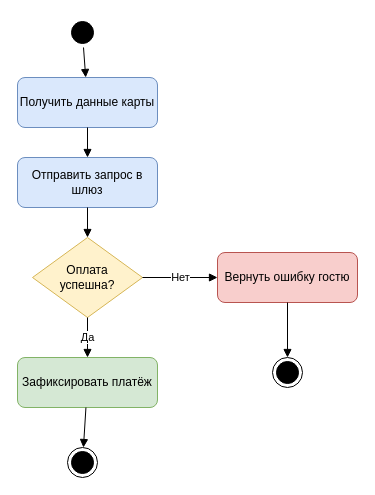
Above: lab1/diagrams/activity.drawio in senkelyv24-create/visual-programming-labs-Senkel (draw.io), before the change. Source tidied: cells renumbered, new cells numbered last; positions are measured from the earlier drawing's top-left corner, leaving out a move shared by most shapes. Both pictures are drawn from the tidied source at 100%, with x=0, y=0 at pixel (17, 17).
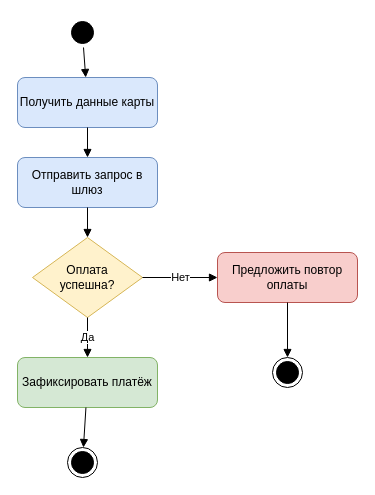
Above is the later version.

Commit message (it also covers changes not shown here):
Update Activity and Mermaid diagrams for diff demo

Change to the diagram source:
```diff
@@
 <mxGraphModel>
   <root>
     <mxCell id="0" />
     <mxCell id="1" parent="0" />
     <mxCell id="2" style="ellipse;html=1;shape=startState;fillColor=#000000;strokeColor=#000000;" parent="1" vertex="1">
       <mxGeometry x="50" width="30" height="30" as="geometry" />
     </mxCell>
     <mxCell id="3" value="Получить данные карты" style="rounded=1;whiteSpace=wrap;html=1;fillColor=#dae8fc;strokeColor=#6c8ebf;" parent="1" vertex="1">
       <mxGeometry y="60" width="140" height="50" as="geometry" />
     </mxCell>
     <mxCell id="4" value="Отправить запрос в шлюз" style="rounded=1;whiteSpace=wrap;html=1;fillColor=#dae8fc;strokeColor=#6c8ebf;" parent="1" vertex="1">
       <mxGeometry y="140" width="140" height="50" as="geometry" />
     </mxCell>
     <mxCell id="5" value="Оплата&#10;успешна?" style="rhombus;whiteSpace=wrap;html=1;fillColor=#fff2cc;strokeColor=#d6b656;" parent="1" vertex="1">
       <mxGeometry x="15" y="220" width="110" height="80" as="geometry" />
     </mxCell>
     <mxCell id="6" value="Зафиксировать платёж" style="rounded=1;whiteSpace=wrap;html=1;fillColor=#d5e8d4;strokeColor=#82b366;" parent="1" vertex="1">
       <mxGeometry y="340" width="140" height="50" as="geometry" />
     </mxCell>
-    <mxCell id="7" value="Вернуть ошибку гостю" style="rounded=1;whiteSpace=wrap;html=1;fillColor=#f8cecc;strokeColor=#b85450;" parent="1" vertex="1">
+    <mxCell id="7" value="Предложить повтор оплаты" style="rounded=1;whiteSpace=wrap;html=1;fillColor=#f8cecc;strokeColor=#b85450;" parent="1" vertex="1">
       <mxGeometry x="200" y="235" width="140" height="50" as="geometry" />
     </mxCell>
     <mxCell id="8" style="ellipse;html=1;shape=endState;fillColor=#000000;strokeColor=#000000;" parent="1" vertex="1">
       <mxGeometry x="50" y="430" width="30" height="30" as="geometry" />
     </mxCell>
     <mxCell id="9" style="ellipse;html=1;shape=endState;fillColor=#000000;strokeColor=#000000;" parent="1" vertex="1">
       <mxGeometry x="255" y="340" width="30" height="30" as="geometry" />
     </mxCell>
     <mxCell id="10" style="endArrow=block;html=1;rounded=0;" parent="1" edge="1" source="2" target="3">
       <mxGeometry relative="1" as="geometry" />
     </mxCell>
     <mxCell id="11" style="endArrow=block;html=1;rounded=0;" parent="1" edge="1" source="3" target="4">
       <mxGeometry relative="1" as="geometry" />
     </mxCell>
     <mxCell id="12" style="endArrow=block;html=1;rounded=0;" parent="1" edge="1" source="4" target="5">
       <mxGeometry relative="1" as="geometry" />
     </mxCell>
     <mxCell id="13" value="Да" style="endArrow=block;html=1;rounded=0;" parent="1" edge="1" source="5" target="6">
       <mxGeometry relative="1" as="geometry" />
     </mxCell>
     <mxCell id="14" value="Нет" style="endArrow=block;html=1;rounded=0;" parent="1" edge="1" source="5" target="7">
       <mxGeometry relative="1" as="geometry" />
     </mxCell>
     <mxCell id="15" style="endArrow=block;html=1;rounded=0;" parent="1" edge="1" source="6" target="8">
       <mxGeometry relative="1" as="geometry" />
     </mxCell>
     <mxCell id="16" style="endArrow=block;html=1;rounded=0;" parent="1" edge="1" source="7" target="9">
       <mxGeometry relative="1" as="geometry" />
     </mxCell>
   </root>
 </mxGraphModel>
```
